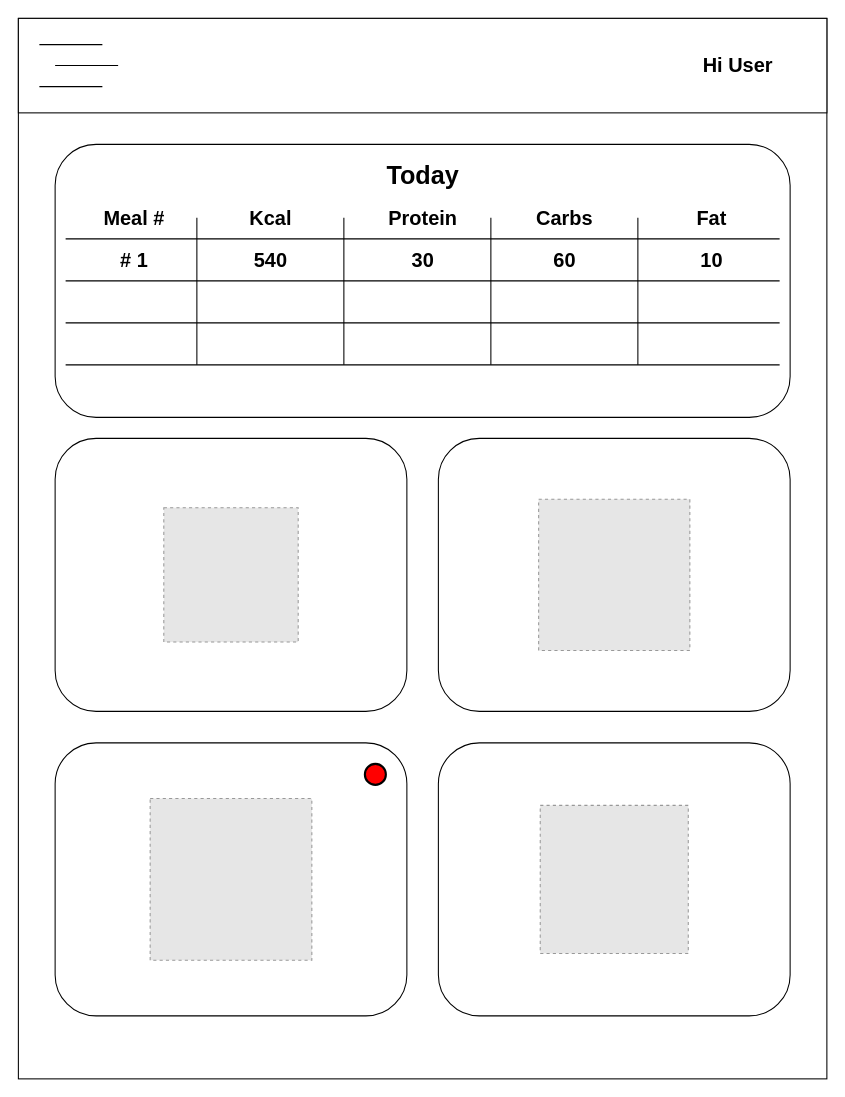
This is page "Main Page" (2 of 5) of CaloriesDb.drawio from pieczarkaniesmacznosci/calories-tracker, a draw.io file, before an edit. Source tidied: cells renumbered, new cells numbered last; positions are measured from the earlier drawing's top-left corner, leaving out a move shared by most shapes. Both pictures are drawn from the tidied source at 105%, with x=0, y=0 at pixel (18, 18). Pictures stored in the file or linked from it are replaced by grey dashed boxes.
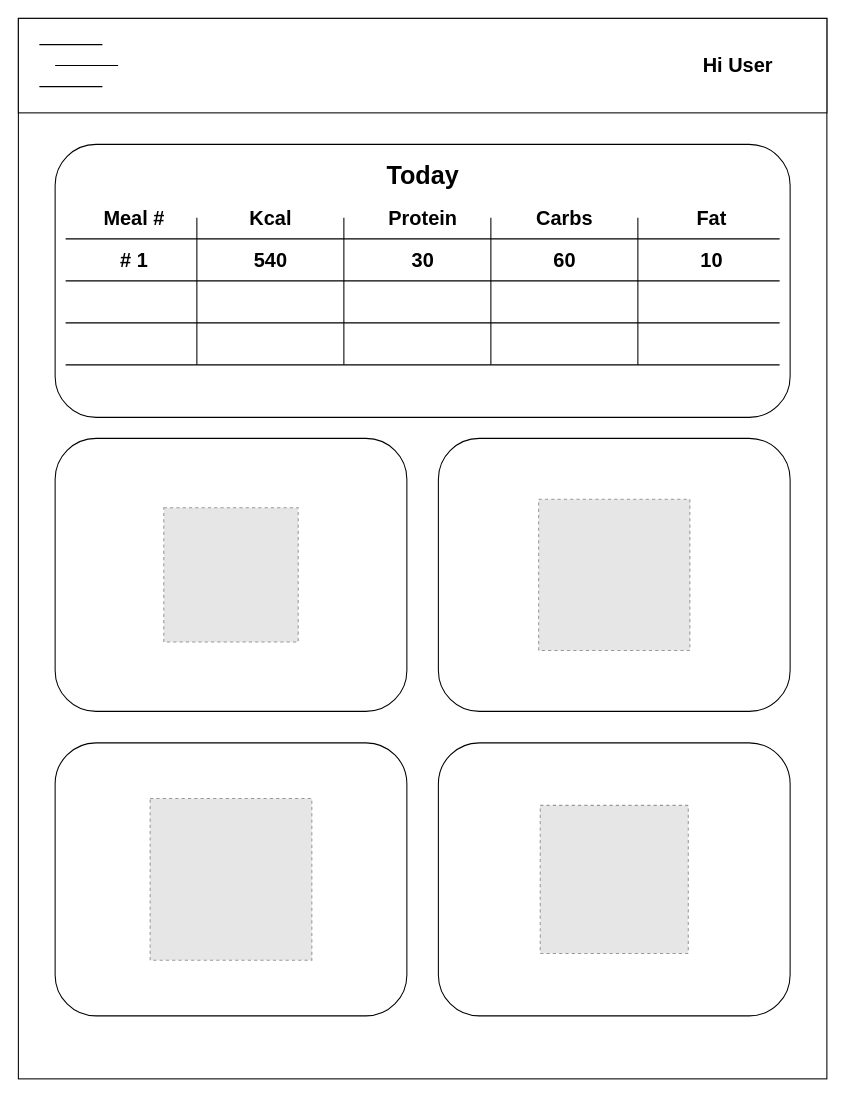
Above is the later version.

Change to the diagram source:
```diff
@@
-    <mxCell id="18" style="ellipse;whiteSpace=wrap;html=1;strokeWidth=2;fillColor=#FF0000;" parent="1" vertex="1">
-      <mxGeometry x="330" y="710" width="20" height="20" as="geometry" />
-    </mxCell>
```
